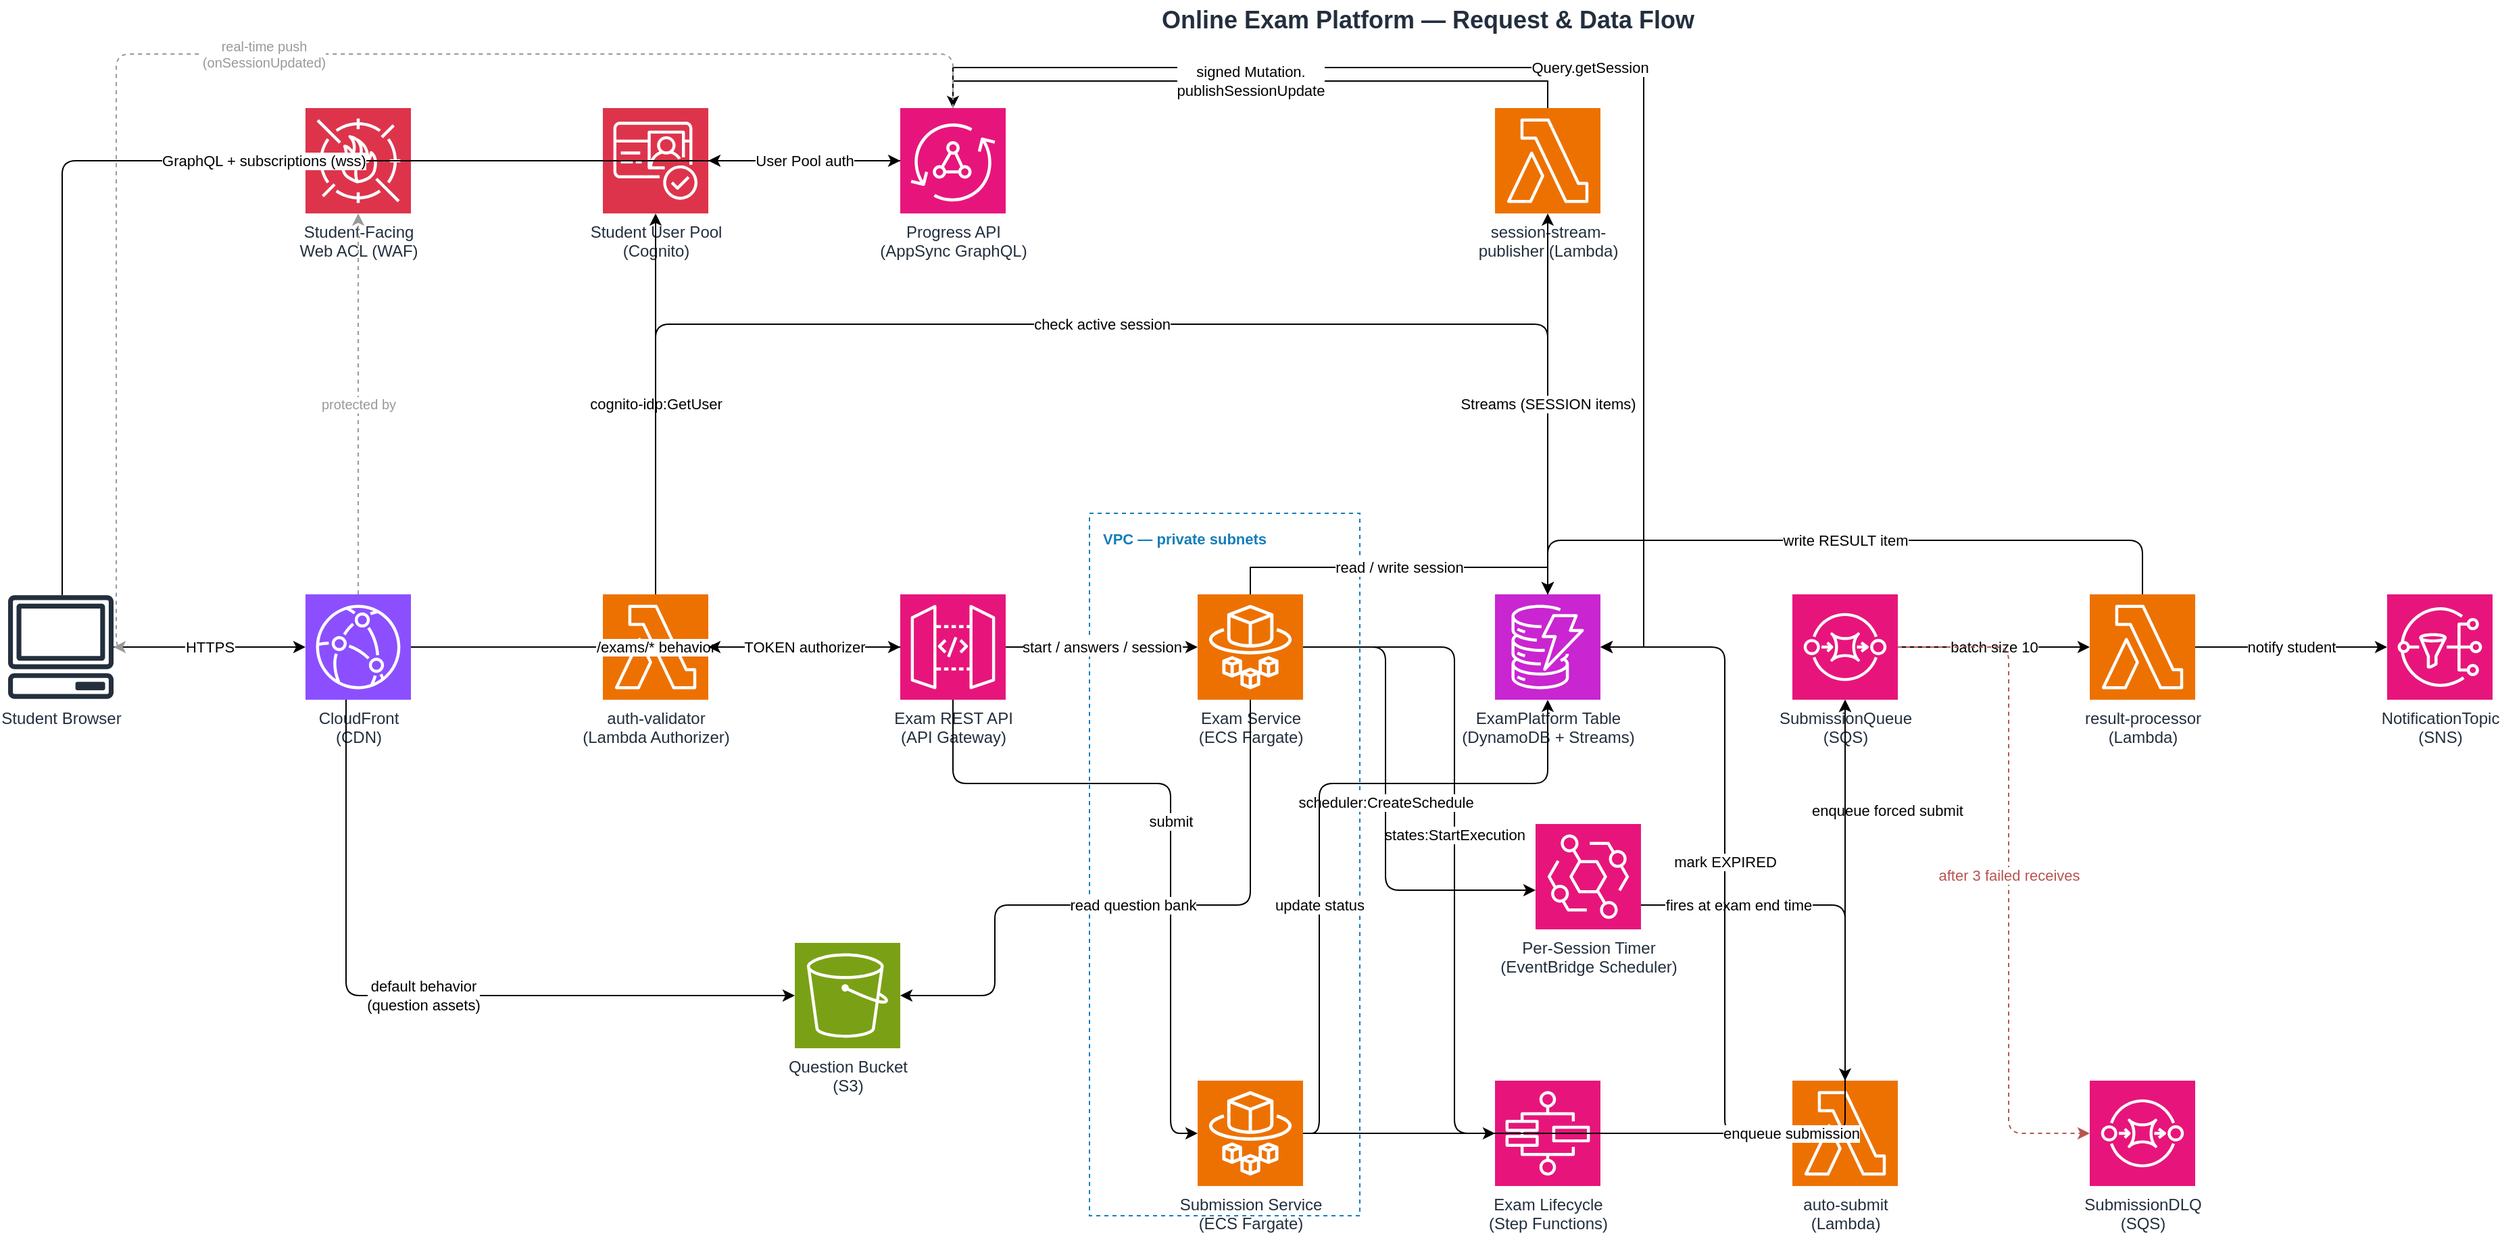
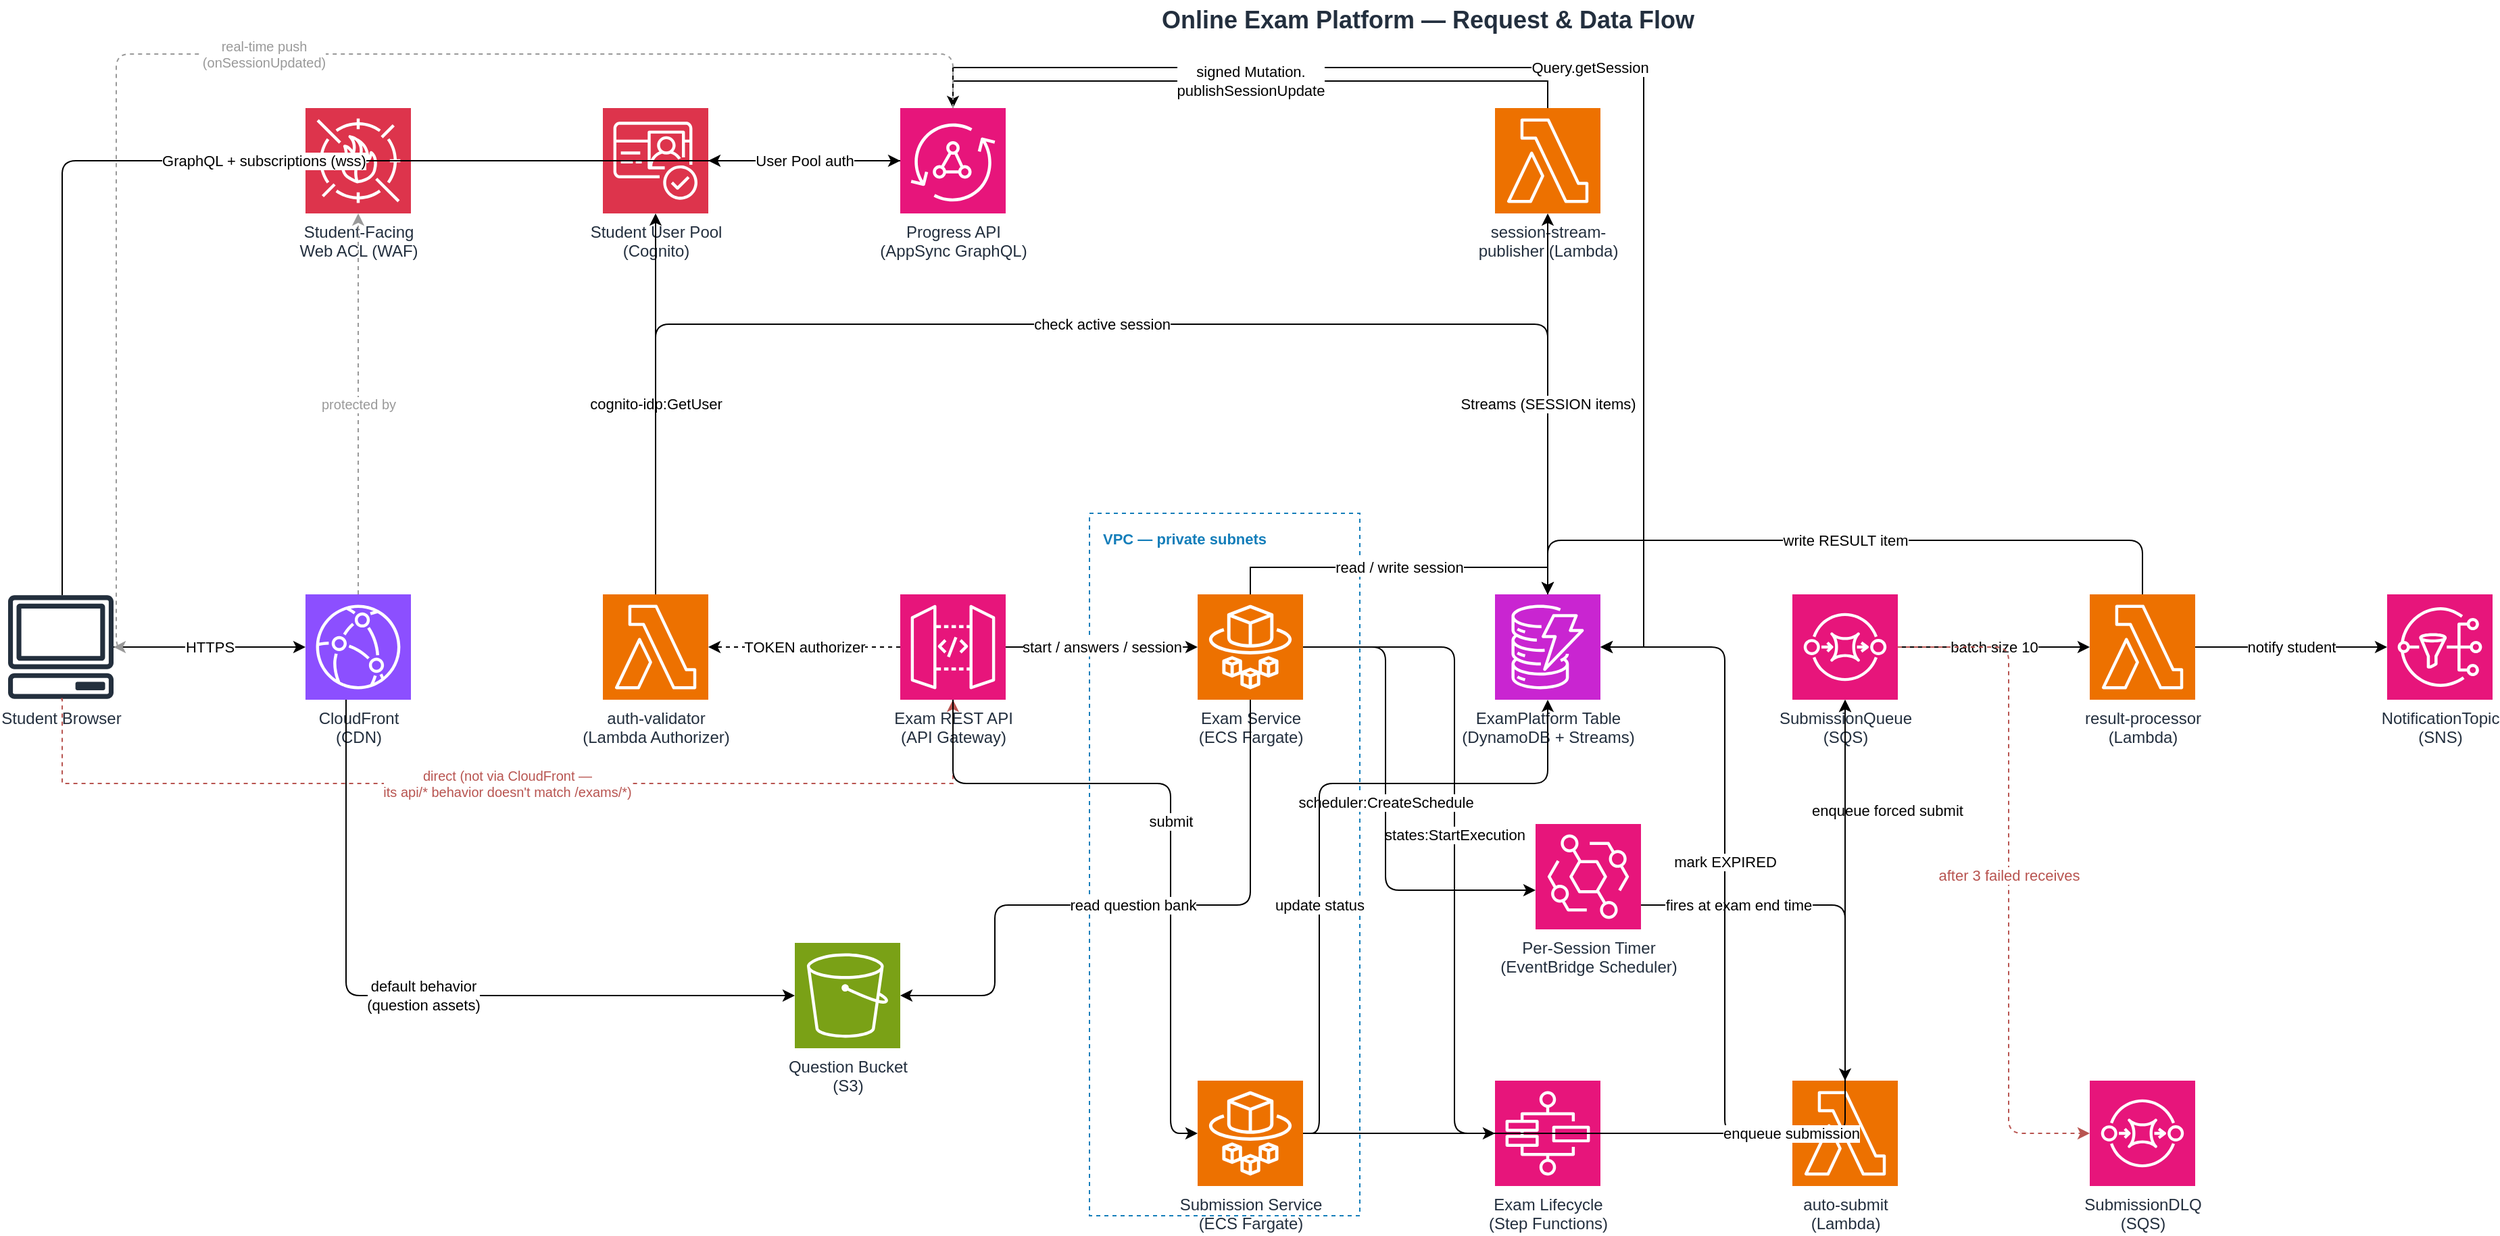
<mxfile host="65bd71144e">
    <diagram id="examPlatformFlow1" name="Page-1">
        <mxGraphModel dx="2676" dy="564" grid="1" gridSize="10" guides="1" tooltips="1" connect="1" arrows="1" fold="1" page="1" pageScale="1" pageWidth="1700" pageHeight="950" math="0" shadow="0">
            <root>
                <mxCell id="0"/>
                <mxCell id="1" parent="0"/>
                <mxCell id="n_title" value="Online Exam Platform — Request &amp; Data Flow" style="text;html=1;align=center;verticalAlign=middle;fontSize=18;fontStyle=1;fontColor=#232F3E;" parent="1" vertex="1">
                    <mxGeometry x="540" width="620" height="30" as="geometry"/>
                </mxCell>
                <mxCell id="n_vpc" value="VPC — private subnets" style="rounded=0;whiteSpace=wrap;html=1;verticalAlign=top;align=left;spacingLeft=8;spacingTop=6;dashed=1;strokeColor=#147EBA;fillColor=none;fontColor=#147EBA;fontSize=11;fontStyle=1;" parent="1" vertex="1">
                    <mxGeometry x="600" y="380" width="200" height="520" as="geometry"/>
                </mxCell>
                <mxCell id="n_client" value="Student Browser" style="sketch=0;outlineConnect=0;fontColor=#232F3E;gradientColor=none;fillColor=#232F3D;strokeColor=none;dashed=0;verticalLabelPosition=bottom;verticalAlign=top;align=center;html=1;fontSize=12;fontStyle=0;aspect=fixed;pointerEvents=1;shape=mxgraph.aws4.client;" parent="1" vertex="1">
                    <mxGeometry x="-200" y="440" width="78" height="78" as="geometry"/>
                </mxCell>
                <mxCell id="n_cloudfront" value="CloudFront&#xa;(CDN)" style="sketch=0;points=[[0,0,0],[0.25,0,0],[0.5,0,0],[0.75,0,0],[1,0,0],[0,1,0],[0.25,1,0],[0.5,1,0],[0.75,1,0],[1,1,0],[0,0.25,0],[0,0.5,0],[0,0.75,0],[1,0.25,0],[1,0.5,0],[1,0.75,0]];outlineConnect=0;fontColor=#232F3E;fillColor=#8C4FFF;strokeColor=#ffffff;dashed=0;verticalLabelPosition=bottom;verticalAlign=top;align=center;html=1;fontSize=12;fontStyle=0;aspect=fixed;shape=mxgraph.aws4.resourceIcon;resIcon=mxgraph.aws4.cloudfront;" parent="1" vertex="1">
                    <mxGeometry x="20" y="440" width="78" height="78" as="geometry"/>
                </mxCell>
                <mxCell id="n_waf" value="Student-Facing&#xa;Web ACL (WAF)" style="sketch=0;points=[[0,0,0],[0.25,0,0],[0.5,0,0],[0.75,0,0],[1,0,0],[0,1,0],[0.25,1,0],[0.5,1,0],[0.75,1,0],[1,1,0],[0,0.25,0],[0,0.5,0],[0,0.75,0],[1,0.25,0],[1,0.5,0],[1,0.75,0]];outlineConnect=0;fontColor=#232F3E;fillColor=#DD344C;strokeColor=#ffffff;dashed=0;verticalLabelPosition=bottom;verticalAlign=top;align=center;html=1;fontSize=12;fontStyle=0;aspect=fixed;shape=mxgraph.aws4.resourceIcon;resIcon=mxgraph.aws4.waf;" parent="1" vertex="1">
                    <mxGeometry x="20" y="80" width="78" height="78" as="geometry"/>
                </mxCell>
                <mxCell id="n_cognito" value="Student User Pool&#xa;(Cognito)" style="sketch=0;points=[[0,0,0],[0.25,0,0],[0.5,0,0],[0.75,0,0],[1,0,0],[0,1,0],[0.25,1,0],[0.5,1,0],[0.75,1,0],[1,1,0],[0,0.25,0],[0,0.5,0],[0,0.75,0],[1,0.25,0],[1,0.5,0],[1,0.75,0]];outlineConnect=0;fontColor=#232F3E;fillColor=#DD344C;strokeColor=#ffffff;dashed=0;verticalLabelPosition=bottom;verticalAlign=top;align=center;html=1;fontSize=12;fontStyle=0;aspect=fixed;shape=mxgraph.aws4.resourceIcon;resIcon=mxgraph.aws4.cognito;" parent="1" vertex="1">
                    <mxGeometry x="240" y="80" width="78" height="78" as="geometry"/>
                </mxCell>
                <mxCell id="n_authorizer" value="auth-validator&#xa;(Lambda Authorizer)" style="sketch=0;points=[[0,0,0],[0.25,0,0],[0.5,0,0],[0.75,0,0],[1,0,0],[0,1,0],[0.25,1,0],[0.5,1,0],[0.75,1,0],[1,1,0],[0,0.25,0],[0,0.5,0],[0,0.75,0],[1,0.25,0],[1,0.5,0],[1,0.75,0]];outlineConnect=0;fontColor=#232F3E;fillColor=#ED7100;strokeColor=#ffffff;dashed=0;verticalLabelPosition=bottom;verticalAlign=top;align=center;html=1;fontSize=12;fontStyle=0;aspect=fixed;shape=mxgraph.aws4.resourceIcon;resIcon=mxgraph.aws4.lambda;" parent="1" vertex="1">
                    <mxGeometry x="240" y="440" width="78" height="78" as="geometry"/>
                </mxCell>
                <mxCell id="n_apigw" value="Exam REST API&#xa;(API Gateway)" style="sketch=0;points=[[0,0,0],[0.25,0,0],[0.5,0,0],[0.75,0,0],[1,0,0],[0,1,0],[0.25,1,0],[0.5,1,0],[0.75,1,0],[1,1,0],[0,0.25,0],[0,0.5,0],[0,0.75,0],[1,0.25,0],[1,0.5,0],[1,0.75,0]];outlineConnect=0;fontColor=#232F3E;fillColor=#E7157B;strokeColor=#ffffff;dashed=0;verticalLabelPosition=bottom;verticalAlign=top;align=center;html=1;fontSize=12;fontStyle=0;aspect=fixed;shape=mxgraph.aws4.resourceIcon;resIcon=mxgraph.aws4.api_gateway;" parent="1" vertex="1">
                    <mxGeometry x="460" y="440" width="78" height="78" as="geometry"/>
                </mxCell>
                <mxCell id="n_appsync" value="Progress API&#xa;(AppSync GraphQL)" style="sketch=0;points=[[0,0,0],[0.25,0,0],[0.5,0,0],[0.75,0,0],[1,0,0],[0,1,0],[0.25,1,0],[0.5,1,0],[0.75,1,0],[1,1,0],[0,0.25,0],[0,0.5,0],[0,0.75,0],[1,0.25,0],[1,0.5,0],[1,0.75,0]];outlineConnect=0;fontColor=#232F3E;fillColor=#E7157B;strokeColor=#ffffff;dashed=0;verticalLabelPosition=bottom;verticalAlign=top;align=center;html=1;fontSize=12;fontStyle=0;aspect=fixed;shape=mxgraph.aws4.resourceIcon;resIcon=mxgraph.aws4.appsync;" parent="1" vertex="1">
                    <mxGeometry x="460" y="80" width="78" height="78" as="geometry"/>
                </mxCell>
                <mxCell id="n_s3" value="Question Bucket&#xa;(S3)" style="sketch=0;points=[[0,0,0],[0.25,0,0],[0.5,0,0],[0.75,0,0],[1,0,0],[0,1,0],[0.25,1,0],[0.5,1,0],[0.75,1,0],[1,1,0],[0,0.25,0],[0,0.5,0],[0,0.75,0],[1,0.25,0],[1,0.5,0],[1,0.75,0]];outlineConnect=0;fontColor=#232F3E;fillColor=#7AA116;strokeColor=#ffffff;dashed=0;verticalLabelPosition=bottom;verticalAlign=top;align=center;html=1;fontSize=12;fontStyle=0;aspect=fixed;shape=mxgraph.aws4.resourceIcon;resIcon=mxgraph.aws4.s3;" parent="1" vertex="1">
                    <mxGeometry x="382" y="698" width="78" height="78" as="geometry"/>
                </mxCell>
                <mxCell id="n_examsvc" value="Exam Service&#xa;(ECS Fargate)" style="sketch=0;points=[[0,0,0],[0.25,0,0],[0.5,0,0],[0.75,0,0],[1,0,0],[0,1,0],[0.25,1,0],[0.5,1,0],[0.75,1,0],[1,1,0],[0,0.25,0],[0,0.5,0],[0,0.75,0],[1,0.25,0],[1,0.5,0],[1,0.75,0]];outlineConnect=0;fontColor=#232F3E;fillColor=#ED7100;strokeColor=#ffffff;dashed=0;verticalLabelPosition=bottom;verticalAlign=top;align=center;html=1;fontSize=12;fontStyle=0;aspect=fixed;shape=mxgraph.aws4.resourceIcon;resIcon=mxgraph.aws4.fargate;" parent="1" vertex="1">
                    <mxGeometry x="680" y="440" width="78" height="78" as="geometry"/>
                </mxCell>
                <mxCell id="n_subsvc" value="Submission Service&#xa;(ECS Fargate)" style="sketch=0;points=[[0,0,0],[0.25,0,0],[0.5,0,0],[0.75,0,0],[1,0,0],[0,1,0],[0.25,1,0],[0.5,1,0],[0.75,1,0],[1,1,0],[0,0.25,0],[0,0.5,0],[0,0.75,0],[1,0.25,0],[1,0.5,0],[1,0.75,0]];outlineConnect=0;fontColor=#232F3E;fillColor=#ED7100;strokeColor=#ffffff;dashed=0;verticalLabelPosition=bottom;verticalAlign=top;align=center;html=1;fontSize=12;fontStyle=0;aspect=fixed;shape=mxgraph.aws4.resourceIcon;resIcon=mxgraph.aws4.fargate;" parent="1" vertex="1">
                    <mxGeometry x="680" y="800" width="78" height="78" as="geometry"/>
                </mxCell>
                <mxCell id="n_streampub" value="session-stream-&#xa;publisher (Lambda)" style="sketch=0;points=[[0,0,0],[0.25,0,0],[0.5,0,0],[0.75,0,0],[1,0,0],[0,1,0],[0.25,1,0],[0.5,1,0],[0.75,1,0],[1,1,0],[0,0.25,0],[0,0.5,0],[0,0.75,0],[1,0.25,0],[1,0.5,0],[1,0.75,0]];outlineConnect=0;fontColor=#232F3E;fillColor=#ED7100;strokeColor=#ffffff;dashed=0;verticalLabelPosition=bottom;verticalAlign=top;align=center;html=1;fontSize=12;fontStyle=0;aspect=fixed;shape=mxgraph.aws4.resourceIcon;resIcon=mxgraph.aws4.lambda;" parent="1" vertex="1">
                    <mxGeometry x="900" y="80" width="78" height="78" as="geometry"/>
                </mxCell>
                <mxCell id="n_ddb" value="ExamPlatform Table&#xa;(DynamoDB + Streams)" style="sketch=0;points=[[0,0,0],[0.25,0,0],[0.5,0,0],[0.75,0,0],[1,0,0],[0,1,0],[0.25,1,0],[0.5,1,0],[0.75,1,0],[1,1,0],[0,0.25,0],[0,0.5,0],[0,0.75,0],[1,0.25,0],[1,0.5,0],[1,0.75,0]];outlineConnect=0;fontColor=#232F3E;fillColor=#C925D1;strokeColor=#ffffff;dashed=0;verticalLabelPosition=bottom;verticalAlign=top;align=center;html=1;fontSize=12;fontStyle=0;aspect=fixed;shape=mxgraph.aws4.resourceIcon;resIcon=mxgraph.aws4.dynamodb;" parent="1" vertex="1">
                    <mxGeometry x="900" y="440" width="78" height="78" as="geometry"/>
                </mxCell>
                <mxCell id="n_sfn" value="Exam Lifecycle&#xa;(Step Functions)" style="sketch=0;points=[[0,0,0],[0.25,0,0],[0.5,0,0],[0.75,0,0],[1,0,0],[0,1,0],[0.25,1,0],[0.5,1,0],[0.75,1,0],[1,1,0],[0,0.25,0],[0,0.5,0],[0,0.75,0],[1,0.25,0],[1,0.5,0],[1,0.75,0]];outlineConnect=0;fontColor=#232F3E;fillColor=#E7157B;strokeColor=#ffffff;dashed=0;verticalLabelPosition=bottom;verticalAlign=top;align=center;html=1;fontSize=12;fontStyle=0;aspect=fixed;shape=mxgraph.aws4.resourceIcon;resIcon=mxgraph.aws4.step_functions;" parent="1" vertex="1">
                    <mxGeometry x="900" y="800" width="78" height="78" as="geometry"/>
                </mxCell>
                <mxCell id="n_eventbridge" value="Per-Session Timer&#xa;(EventBridge Scheduler)" style="sketch=0;points=[[0,0,0],[0.25,0,0],[0.5,0,0],[0.75,0,0],[1,0,0],[0,1,0],[0.25,1,0],[0.5,1,0],[0.75,1,0],[1,1,0],[0,0.25,0],[0,0.5,0],[0,0.75,0],[1,0.25,0],[1,0.5,0],[1,0.75,0]];outlineConnect=0;fontColor=#232F3E;fillColor=#E7157B;strokeColor=#ffffff;dashed=0;verticalLabelPosition=bottom;verticalAlign=top;align=center;html=1;fontSize=12;fontStyle=0;aspect=fixed;shape=mxgraph.aws4.resourceIcon;resIcon=mxgraph.aws4.eventbridge;" parent="1" vertex="1">
                    <mxGeometry x="930" y="610" width="78" height="78" as="geometry"/>
                </mxCell>
                <mxCell id="n_autosubmit" value="auto-submit&#xa;(Lambda)" style="sketch=0;points=[[0,0,0],[0.25,0,0],[0.5,0,0],[0.75,0,0],[1,0,0],[0,1,0],[0.25,1,0],[0.5,1,0],[0.75,1,0],[1,1,0],[0,0.25,0],[0,0.5,0],[0,0.75,0],[1,0.25,0],[1,0.5,0],[1,0.75,0]];outlineConnect=0;fontColor=#232F3E;fillColor=#ED7100;strokeColor=#ffffff;dashed=0;verticalLabelPosition=bottom;verticalAlign=top;align=center;html=1;fontSize=12;fontStyle=0;aspect=fixed;shape=mxgraph.aws4.resourceIcon;resIcon=mxgraph.aws4.lambda;" parent="1" vertex="1">
                    <mxGeometry x="1120" y="800" width="78" height="78" as="geometry"/>
                </mxCell>
                <mxCell id="n_sqs" value="SubmissionQueue&#xa;(SQS)" style="sketch=0;points=[[0,0,0],[0.25,0,0],[0.5,0,0],[0.75,0,0],[1,0,0],[0,1,0],[0.25,1,0],[0.5,1,0],[0.75,1,0],[1,1,0],[0,0.25,0],[0,0.5,0],[0,0.75,0],[1,0.25,0],[1,0.5,0],[1,0.75,0]];outlineConnect=0;fontColor=#232F3E;fillColor=#E7157B;strokeColor=#ffffff;dashed=0;verticalLabelPosition=bottom;verticalAlign=top;align=center;html=1;fontSize=12;fontStyle=0;aspect=fixed;shape=mxgraph.aws4.resourceIcon;resIcon=mxgraph.aws4.sqs;" parent="1" vertex="1">
                    <mxGeometry x="1120" y="440" width="78" height="78" as="geometry"/>
                </mxCell>
                <mxCell id="n_dlq" value="SubmissionDLQ&#xa;(SQS)" style="sketch=0;points=[[0,0,0],[0.25,0,0],[0.5,0,0],[0.75,0,0],[1,0,0],[0,1,0],[0.25,1,0],[0.5,1,0],[0.75,1,0],[1,1,0],[0,0.25,0],[0,0.5,0],[0,0.75,0],[1,0.25,0],[1,0.5,0],[1,0.75,0]];outlineConnect=0;fontColor=#232F3E;fillColor=#E7157B;strokeColor=#ffffff;dashed=0;verticalLabelPosition=bottom;verticalAlign=top;align=center;html=1;fontSize=12;fontStyle=0;aspect=fixed;shape=mxgraph.aws4.resourceIcon;resIcon=mxgraph.aws4.sqs;" parent="1" vertex="1">
                    <mxGeometry x="1340" y="800" width="78" height="78" as="geometry"/>
                </mxCell>
                <mxCell id="n_resultproc" value="result-processor&#xa;(Lambda)" style="sketch=0;points=[[0,0,0],[0.25,0,0],[0.5,0,0],[0.75,0,0],[1,0,0],[0,1,0],[0.25,1,0],[0.5,1,0],[0.75,1,0],[1,1,0],[0,0.25,0],[0,0.5,0],[0,0.75,0],[1,0.25,0],[1,0.5,0],[1,0.75,0]];outlineConnect=0;fontColor=#232F3E;fillColor=#ED7100;strokeColor=#ffffff;dashed=0;verticalLabelPosition=bottom;verticalAlign=top;align=center;html=1;fontSize=12;fontStyle=0;aspect=fixed;shape=mxgraph.aws4.resourceIcon;resIcon=mxgraph.aws4.lambda;" parent="1" vertex="1">
                    <mxGeometry x="1340" y="440" width="78" height="78" as="geometry"/>
                </mxCell>
                <mxCell id="n_sns" value="NotificationTopic&#xa;(SNS)" style="sketch=0;points=[[0,0,0],[0.25,0,0],[0.5,0,0],[0.75,0,0],[1,0,0],[0,1,0],[0.25,1,0],[0.5,1,0],[0.75,1,0],[1,1,0],[0,0.25,0],[0,0.5,0],[0,0.75,0],[1,0.25,0],[1,0.5,0],[1,0.75,0]];outlineConnect=0;fontColor=#232F3E;fillColor=#E7157B;strokeColor=#ffffff;dashed=0;verticalLabelPosition=bottom;verticalAlign=top;align=center;html=1;fontSize=12;fontStyle=0;aspect=fixed;shape=mxgraph.aws4.resourceIcon;resIcon=mxgraph.aws4.sns;" parent="1" vertex="1">
                    <mxGeometry x="1560" y="440" width="78" height="78" as="geometry"/>
                </mxCell>
                <mxCell id="e1" value="HTTPS" style="edgeStyle=orthogonalEdgeStyle;rounded=0;html=1;fontSize=11;" parent="1" source="n_client" target="n_cloudfront" edge="1">
                    <mxGeometry relative="1" as="geometry"/>
                </mxCell>
                <mxCell id="e2" value="protected by" style="edgeStyle=orthogonalEdgeStyle;rounded=0;html=1;dashed=1;strokeColor=#999999;fontColor=#999999;fontSize=10;" parent="1" source="n_cloudfront" target="n_waf" edge="1">
                    <mxGeometry relative="1" as="geometry"/>
                </mxCell>
-                 <mxCell id="e3" value="/exams/* behavior" style="edgeStyle=orthogonalEdgeStyle;rounded=0;html=1;fontSize=11;" parent="1" source="n_cloudfront" target="n_apigw" edge="1">
-                     <mxGeometry relative="1" as="geometry"/>
+                 <mxCell id="e3" value="direct (not via CloudFront —&#xa;its api/* behavior doesn't match /exams/*)" style="edgeStyle=orthogonalEdgeStyle;rounded=0;html=1;dashed=1;strokeColor=#B85450;fontColor=#B85450;fontSize=10;exitX=0.5;exitY=1;exitDx=0;exitDy=0;entryX=0.5;entryY=1;entryDx=0;entryDy=0;" parent="1" source="n_client" target="n_apigw" edge="1">
+                     <mxGeometry relative="1" as="geometry">
+                         <Array as="points"><mxPoint x="-160" y="580"/><mxPoint x="499" y="580"/></Array>
+                     </mxGeometry>
                </mxCell>
                <mxCell id="e4" value="default behavior&#xa;(question assets)" style="edgeStyle=orthogonalEdgeStyle;rounded=1;html=1;fontSize=11;curved=0;" parent="1" source="n_cloudfront" target="n_s3" edge="1">
                    <mxGeometry relative="1" as="geometry">
                        <Array as="points">
                            <mxPoint x="50" y="737"/>
                        </Array>
                    </mxGeometry>
                </mxCell>
                <mxCell id="e5" value="GraphQL + subscriptions (wss)" style="edgeStyle=orthogonalEdgeStyle;rounded=1;html=1;fontSize=11;" parent="1" source="n_client" target="n_appsync" edge="1">
                    <mxGeometry relative="1" as="geometry">
                        <Array as="points">
                            <mxPoint x="-160" y="119"/>
                        </Array>
                    </mxGeometry>
                </mxCell>
                <mxCell id="e6" value="TOKEN authorizer" style="edgeStyle=orthogonalEdgeStyle;rounded=0;html=1;dashed=1;fontSize=11;" parent="1" source="n_apigw" target="n_authorizer" edge="1">
                    <mxGeometry relative="1" as="geometry"/>
                </mxCell>
                <mxCell id="e7" value="cognito-idp:GetUser" style="edgeStyle=orthogonalEdgeStyle;rounded=0;html=1;fontSize=11;" parent="1" source="n_authorizer" target="n_cognito" edge="1">
                    <mxGeometry relative="1" as="geometry"/>
                </mxCell>
                <mxCell id="e8" value="check active session" style="edgeStyle=orthogonalEdgeStyle;rounded=1;html=1;fontSize=11;" parent="1" source="n_authorizer" target="n_ddb" edge="1">
                    <mxGeometry relative="1" as="geometry">
                        <Array as="points">
                            <mxPoint x="279" y="240"/>
                        </Array>
                    </mxGeometry>
                </mxCell>
                <mxCell id="e9" value="start / answers / session" style="edgeStyle=orthogonalEdgeStyle;rounded=0;html=1;fontSize=11;" parent="1" source="n_apigw" target="n_examsvc" edge="1">
                    <mxGeometry relative="1" as="geometry"/>
                </mxCell>
                <mxCell id="e10" value="submit" style="edgeStyle=orthogonalEdgeStyle;rounded=1;html=1;fontSize=11;" parent="1" source="n_apigw" target="n_subsvc" edge="1">
                    <mxGeometry relative="1" as="geometry">
                        <Array as="points">
                            <mxPoint x="499" y="580"/>
                            <mxPoint x="660" y="580"/>
                            <mxPoint x="660" y="839"/>
                        </Array>
                    </mxGeometry>
                </mxCell>
                <mxCell id="e11" value="User Pool auth" style="edgeStyle=orthogonalEdgeStyle;rounded=0;html=1;dashed=1;fontSize=11;" parent="1" source="n_appsync" target="n_cognito" edge="1">
                    <mxGeometry relative="1" as="geometry"/>
                </mxCell>
                <mxCell id="e12" value="Query.getSession" style="edgeStyle=orthogonalEdgeStyle;rounded=0;html=1;fontSize=11;" parent="1" source="n_appsync" target="n_ddb" edge="1">
                    <mxGeometry relative="1" as="geometry">
                        <Array as="points">
                            <mxPoint x="499" y="50"/>
                            <mxPoint x="1010" y="50"/>
                            <mxPoint x="1010" y="479"/>
                        </Array>
                    </mxGeometry>
                </mxCell>
                <mxCell id="e13" value="read / write session" style="edgeStyle=orthogonalEdgeStyle;rounded=0;html=1;fontSize=11;" parent="1" source="n_examsvc" target="n_ddb" edge="1">
                    <mxGeometry relative="1" as="geometry">
                        <Array as="points">
                            <mxPoint x="719" y="420"/>
                            <mxPoint x="939" y="420"/>
                        </Array>
                    </mxGeometry>
                </mxCell>
                <mxCell id="e14" value="read question bank" style="edgeStyle=orthogonalEdgeStyle;rounded=1;html=1;fontSize=11;curved=0;" parent="1" source="n_examsvc" target="n_s3" edge="1">
                    <mxGeometry relative="1" as="geometry">
                        <Array as="points">
                            <mxPoint x="719" y="670"/>
                            <mxPoint x="530" y="670"/>
                            <mxPoint x="530" y="737"/>
                        </Array>
                    </mxGeometry>
                </mxCell>
                <mxCell id="e15" value="states:StartExecution" style="edgeStyle=orthogonalEdgeStyle;rounded=1;html=1;fontSize=11;" parent="1" source="n_examsvc" target="n_sfn" edge="1">
                    <mxGeometry relative="1" as="geometry">
                        <Array as="points">
                            <mxPoint x="870" y="479"/>
                            <mxPoint x="870" y="839"/>
                        </Array>
                    </mxGeometry>
                </mxCell>
                <mxCell id="e16" value="scheduler:CreateSchedule" style="edgeStyle=orthogonalEdgeStyle;rounded=1;html=1;fontSize=11;" parent="1" source="n_examsvc" target="n_eventbridge" edge="1">
                    <mxGeometry relative="1" as="geometry">
                        <Array as="points">
                            <mxPoint x="819" y="659"/>
                        </Array>
                    </mxGeometry>
                </mxCell>
                <mxCell id="e17" value="fires at exam end time" style="edgeStyle=orthogonalEdgeStyle;rounded=1;html=1;fontSize=11;curved=0;" parent="1" source="n_eventbridge" target="n_autosubmit" edge="1">
                    <mxGeometry x="-0.4875" relative="1" as="geometry">
                        <Array as="points">
                            <mxPoint x="1159" y="670"/>
                        </Array>
                        <mxPoint as="offset"/>
                    </mxGeometry>
                </mxCell>
                <mxCell id="e18" value="mark EXPIRED" style="edgeStyle=orthogonalEdgeStyle;rounded=1;html=1;fontSize=11;" parent="1" source="n_autosubmit" target="n_ddb" edge="1">
                    <mxGeometry relative="1" as="geometry">
                        <Array as="points">
                            <mxPoint x="1070" y="839"/>
                            <mxPoint x="1070" y="479"/>
                        </Array>
                    </mxGeometry>
                </mxCell>
                <mxCell id="e19" value="enqueue forced submit" style="edgeStyle=orthogonalEdgeStyle;rounded=0;html=1;fontSize=11;" parent="1" source="n_autosubmit" target="n_sqs" edge="1">
                    <mxGeometry x="0.4184" y="-31" relative="1" as="geometry">
                        <mxPoint as="offset"/>
                    </mxGeometry>
                </mxCell>
                <mxCell id="e20" value="enqueue submission" style="edgeStyle=orthogonalEdgeStyle;rounded=1;html=1;fontSize=11;" parent="1" source="n_subsvc" target="n_sqs" edge="1">
                    <mxGeometry relative="1" as="geometry"/>
                </mxCell>
                <mxCell id="e21" value="update status" style="edgeStyle=orthogonalEdgeStyle;rounded=1;html=1;fontSize=11;" parent="1" source="n_subsvc" target="n_ddb" edge="1">
                    <mxGeometry x="-0.2789" relative="1" as="geometry">
                        <Array as="points">
                            <mxPoint x="770" y="839"/>
                            <mxPoint x="770" y="580"/>
                            <mxPoint x="939" y="580"/>
                        </Array>
                        <mxPoint as="offset"/>
                    </mxGeometry>
                </mxCell>
                <mxCell id="e22" value="batch size 10" style="edgeStyle=orthogonalEdgeStyle;rounded=0;html=1;fontSize=11;" parent="1" source="n_sqs" target="n_resultproc" edge="1">
                    <mxGeometry relative="1" as="geometry"/>
                </mxCell>
                <mxCell id="e23" value="after 3 failed receives" style="edgeStyle=orthogonalEdgeStyle;rounded=1;html=1;dashed=1;strokeColor=#B85450;fontColor=#B85450;fontSize=11;" parent="1" source="n_sqs" target="n_dlq" edge="1">
                    <mxGeometry relative="1" as="geometry">
                        <Array as="points">
                            <mxPoint x="1280" y="479"/>
                            <mxPoint x="1280" y="839"/>
                        </Array>
                    </mxGeometry>
                </mxCell>
                <mxCell id="e24" value="write RESULT item" style="edgeStyle=orthogonalEdgeStyle;rounded=1;html=1;fontSize=11;curved=0;" parent="1" source="n_resultproc" target="n_ddb" edge="1">
                    <mxGeometry relative="1" as="geometry">
                        <Array as="points">
                            <mxPoint x="1379" y="400"/>
                            <mxPoint x="939" y="400"/>
                        </Array>
                    </mxGeometry>
                </mxCell>
                <mxCell id="e25" value="notify student" style="edgeStyle=orthogonalEdgeStyle;rounded=0;html=1;fontSize=11;" parent="1" source="n_resultproc" target="n_sns" edge="1">
                    <mxGeometry relative="1" as="geometry"/>
                </mxCell>
                <mxCell id="e26" value="Streams (SESSION items)" style="edgeStyle=orthogonalEdgeStyle;rounded=0;html=1;fontSize=11;" parent="1" source="n_ddb" target="n_streampub" edge="1">
                    <mxGeometry relative="1" as="geometry"/>
                </mxCell>
                <mxCell id="e27" value="signed Mutation.&#xa;publishSessionUpdate" style="edgeStyle=orthogonalEdgeStyle;rounded=0;html=1;fontSize=11;" parent="1" source="n_streampub" target="n_appsync" edge="1">
                    <mxGeometry relative="1" as="geometry">
                        <Array as="points">
                            <mxPoint x="939" y="60"/>
                            <mxPoint x="499" y="60"/>
                        </Array>
                    </mxGeometry>
                </mxCell>
                <mxCell id="e28" value="real-time push&#xa;(onSessionUpdated)" style="edgeStyle=orthogonalEdgeStyle;rounded=1;html=1;dashed=1;strokeColor=#999999;fontColor=#999999;fontSize=10;" parent="1" source="n_appsync" target="n_client" edge="1">
                    <mxGeometry relative="1" as="geometry">
                        <Array as="points">
                            <mxPoint x="-120" y="40"/>
                        </Array>
                    </mxGeometry>
                </mxCell>
            </root>
        </mxGraphModel>
    </diagram>
</mxfile>